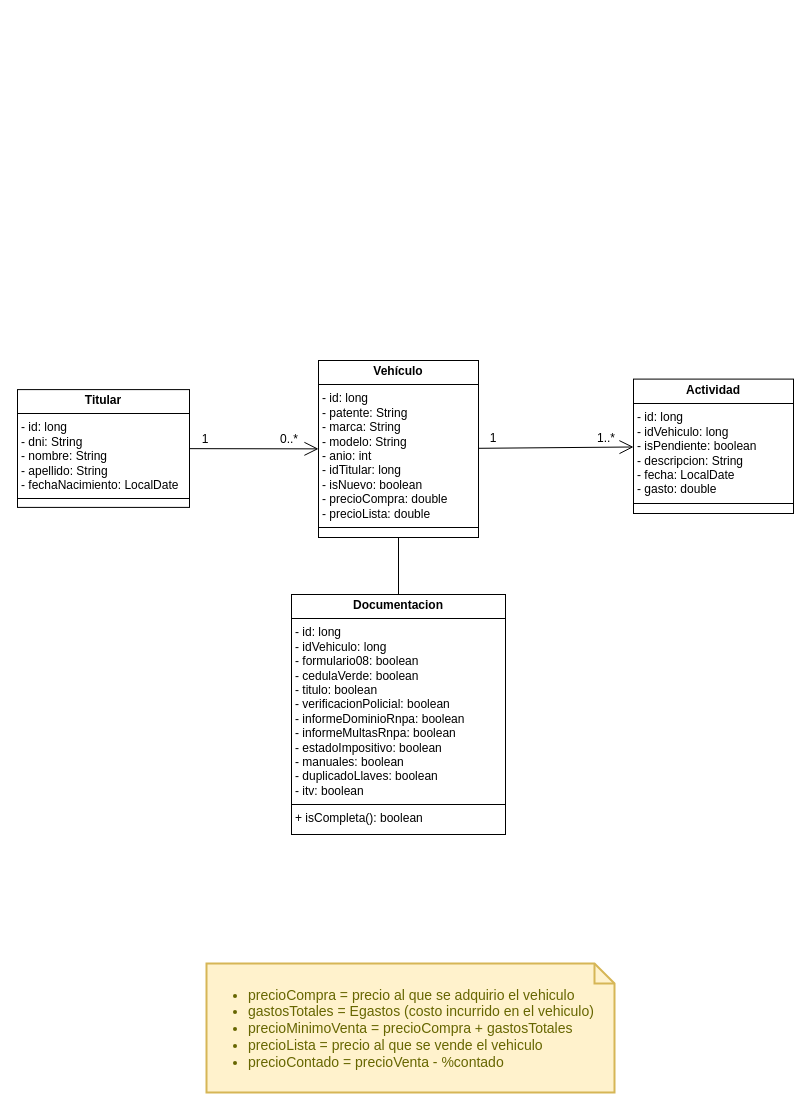
agustinacibin/vexma_manejo_administrativo keeps this draw.io diagram as backend-vexma/src/main/resources/vexma.drawio. Above is the earlier version. Source tidied: cells renumbered, new cells numbered last; positions are measured from the earlier drawing's top-left corner, leaving out a move shared by most shapes. Both pictures are drawn from the tidied source at 100%, with x=0, y=0 at pixel (17, 360).
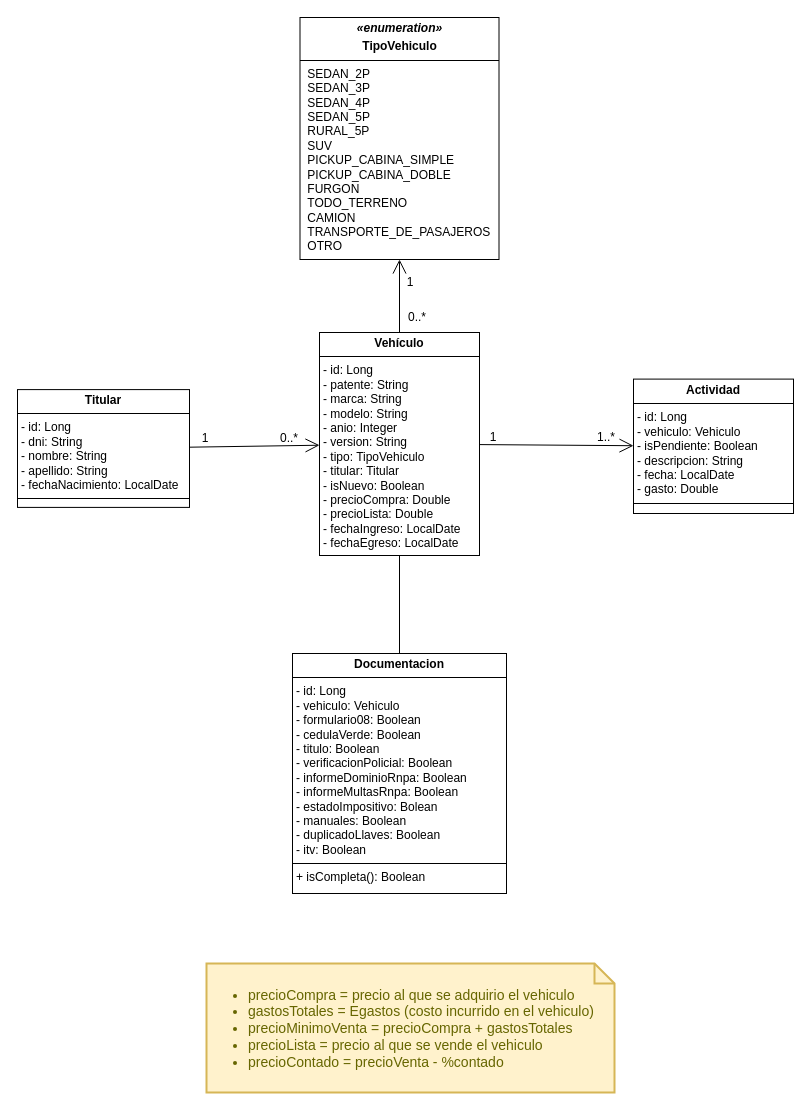
The same page after the edit.

The edit, as a diff of the source:
```diff
@@
 <mxGraphModel>
   <root>
     <mxCell id="0" />
     <mxCell id="1" parent="0" />
-    <mxCell id="2" value="&lt;p style=&quot;margin:0px;margin-top:4px;text-align:center;&quot;&gt;&lt;b&gt;Vehículo&lt;/b&gt;&lt;/p&gt;&lt;hr size=&quot;1&quot; style=&quot;border-style:solid;&quot;&gt;&lt;p style=&quot;margin:0px;margin-left:4px;&quot;&gt;- id:&amp;nbsp;&lt;span style=&quot;background-color: transparent; color: light-dark(rgb(0, 0, 0), rgb(255, 255, 255));&quot;&gt;long&lt;/span&gt;&lt;/p&gt;&lt;p style=&quot;margin: 0px 0px 0px 4px;&quot;&gt;- patente: String&lt;/p&gt;&lt;p style=&quot;margin:0px;margin-left:4px;&quot;&gt;- marca: String&lt;/p&gt;&lt;p style=&quot;margin:0px;margin-left:4px;&quot;&gt;- modelo: String&lt;/p&gt;&lt;p style=&quot;margin:0px;margin-left:4px;&quot;&gt;- anio: int&lt;/p&gt;&lt;p style=&quot;margin:0px;margin-left:4px;&quot;&gt;&lt;span style=&quot;background-color: transparent; color: light-dark(rgb(0, 0, 0), rgb(255, 255, 255));&quot;&gt;- idTitular: long&lt;/span&gt;&lt;/p&gt;&lt;p style=&quot;margin:0px;margin-left:4px;&quot;&gt;- isNuevo: boolean&lt;/p&gt;&lt;p style=&quot;margin:0px;margin-left:4px;&quot;&gt;- precioCompra: double&lt;/p&gt;&lt;p style=&quot;margin:0px;margin-left:4px;&quot;&gt;&lt;span style=&quot;background-color: transparent; color: light-dark(rgb(0, 0, 0), rgb(255, 255, 255));&quot;&gt;- precioLista: double&lt;/span&gt;&lt;/p&gt;&lt;hr size=&quot;1&quot; style=&quot;border-style:solid;&quot;&gt;&lt;p style=&quot;margin:0px;margin-left:4px;&quot;&gt;&lt;br&gt;&lt;/p&gt;" style="verticalAlign=top;align=left;overflow=fill;html=1;whiteSpace=wrap;" parent="1" vertex="1">
-      <mxGeometry x="301" width="160" height="177" as="geometry" />
+    <mxCell id="2" value="&lt;p style=&quot;margin:0px;margin-top:4px;text-align:center;&quot;&gt;&lt;b&gt;Vehículo&lt;/b&gt;&lt;/p&gt;&lt;hr size=&quot;1&quot; style=&quot;border-style:solid;&quot;&gt;&lt;p style=&quot;margin:0px;margin-left:4px;&quot;&gt;- id: L&lt;span style=&quot;background-color: transparent; color: light-dark(rgb(0, 0, 0), rgb(255, 255, 255));&quot;&gt;ong&lt;/span&gt;&lt;/p&gt;&lt;p style=&quot;margin: 0px 0px 0px 4px;&quot;&gt;- patente: String&lt;/p&gt;&lt;p style=&quot;margin:0px;margin-left:4px;&quot;&gt;- marca: String&lt;/p&gt;&lt;p style=&quot;margin:0px;margin-left:4px;&quot;&gt;- modelo: String&lt;/p&gt;&lt;p style=&quot;margin:0px;margin-left:4px;&quot;&gt;- anio: Integer&lt;/p&gt;&lt;p style=&quot;margin:0px;margin-left:4px;&quot;&gt;- version: String&lt;/p&gt;&lt;p style=&quot;margin:0px;margin-left:4px;&quot;&gt;- tipo: TipoVehiculo&lt;/p&gt;&lt;p style=&quot;margin:0px;margin-left:4px;&quot;&gt;&lt;span style=&quot;background-color: transparent; color: light-dark(rgb(0, 0, 0), rgb(255, 255, 255));&quot;&gt;- titular: Titular&lt;/span&gt;&lt;/p&gt;&lt;p style=&quot;margin:0px;margin-left:4px;&quot;&gt;- isNuevo: Boolean&lt;/p&gt;&lt;p style=&quot;margin:0px;margin-left:4px;&quot;&gt;- precioCompra: Double&lt;/p&gt;&lt;p style=&quot;margin:0px;margin-left:4px;&quot;&gt;&lt;span style=&quot;background-color: transparent; color: light-dark(rgb(0, 0, 0), rgb(255, 255, 255));&quot;&gt;- precioLista: Double&lt;/span&gt;&lt;/p&gt;&lt;p style=&quot;margin:0px;margin-left:4px;&quot;&gt;&lt;span style=&quot;background-color: transparent; color: light-dark(rgb(0, 0, 0), rgb(255, 255, 255));&quot;&gt;- fechaIngreso: LocalDate&lt;/span&gt;&lt;/p&gt;&lt;p style=&quot;margin:0px;margin-left:4px;&quot;&gt;- fechaEgreso: LocalDate&lt;/p&gt;&lt;p style=&quot;margin:0px;margin-left:4px;&quot;&gt;&lt;br&gt;&lt;/p&gt;&lt;p style=&quot;margin:0px;margin-left:4px;&quot;&gt;&lt;br&gt;&lt;/p&gt;" style="verticalAlign=top;align=left;overflow=fill;html=1;whiteSpace=wrap;" parent="1" vertex="1">
+      <mxGeometry x="302" y="-28" width="160" height="223" as="geometry" />
     </mxCell>
-    <mxCell id="3" value="&lt;p style=&quot;margin:0px;margin-top:4px;text-align:center;&quot;&gt;&lt;b&gt;Actividad&lt;/b&gt;&lt;/p&gt;&lt;hr size=&quot;1&quot; style=&quot;border-style:solid;&quot;&gt;&lt;p style=&quot;margin:0px;margin-left:4px;&quot;&gt;- id:&amp;nbsp;&lt;span style=&quot;background-color: transparent; color: light-dark(rgb(0, 0, 0), rgb(255, 255, 255));&quot;&gt;long&lt;/span&gt;&lt;/p&gt;&lt;p style=&quot;margin:0px;margin-left:4px;&quot;&gt;- idVehiculo:&amp;nbsp;&lt;span style=&quot;background-color: transparent; color: light-dark(rgb(0, 0, 0), rgb(255, 255, 255));&quot;&gt;long&lt;/span&gt;&lt;/p&gt;&lt;p style=&quot;margin:0px;margin-left:4px;&quot;&gt;- isPendiente: boolean&lt;/p&gt;&lt;p style=&quot;margin:0px;margin-left:4px;&quot;&gt;- descripcion: String&lt;/p&gt;&lt;p style=&quot;margin:0px;margin-left:4px;&quot;&gt;- fecha: LocalDate&lt;/p&gt;&lt;p style=&quot;margin:0px;margin-left:4px;&quot;&gt;- gasto: double&lt;/p&gt;&lt;hr size=&quot;1&quot; style=&quot;border-style:solid;&quot;&gt;&lt;p style=&quot;margin:0px;margin-left:4px;&quot;&gt;&lt;br&gt;&lt;/p&gt;" style="verticalAlign=top;align=left;overflow=fill;html=1;whiteSpace=wrap;" parent="1" vertex="1">
+    <mxCell id="3" value="&lt;p style=&quot;margin:0px;margin-top:4px;text-align:center;&quot;&gt;&lt;b&gt;Actividad&lt;/b&gt;&lt;/p&gt;&lt;hr size=&quot;1&quot; style=&quot;border-style:solid;&quot;&gt;&lt;p style=&quot;margin:0px;margin-left:4px;&quot;&gt;- id: L&lt;span style=&quot;background-color: transparent; color: light-dark(rgb(0, 0, 0), rgb(255, 255, 255));&quot;&gt;ong&lt;/span&gt;&lt;/p&gt;&lt;p style=&quot;margin:0px;margin-left:4px;&quot;&gt;- vehiculo:&amp;nbsp;&lt;span style=&quot;background-color: transparent; color: light-dark(rgb(0, 0, 0), rgb(255, 255, 255));&quot;&gt;Vehiculo&lt;/span&gt;&lt;/p&gt;&lt;p style=&quot;margin:0px;margin-left:4px;&quot;&gt;- isPendiente: Boolean&lt;/p&gt;&lt;p style=&quot;margin:0px;margin-left:4px;&quot;&gt;- descripcion: String&lt;/p&gt;&lt;p style=&quot;margin:0px;margin-left:4px;&quot;&gt;- fecha: LocalDate&lt;/p&gt;&lt;p style=&quot;margin:0px;margin-left:4px;&quot;&gt;- gasto: Double&lt;/p&gt;&lt;hr size=&quot;1&quot; style=&quot;border-style:solid;&quot;&gt;&lt;p style=&quot;margin:0px;margin-left:4px;&quot;&gt;&lt;br&gt;&lt;/p&gt;" style="verticalAlign=top;align=left;overflow=fill;html=1;whiteSpace=wrap;" parent="1" vertex="1">
       <mxGeometry x="616" y="18.6" width="160" height="134.4" as="geometry" />
     </mxCell>
-    <mxCell id="4" value="&lt;p style=&quot;margin:0px;margin-top:4px;text-align:center;&quot;&gt;&lt;b&gt;Titular&lt;/b&gt;&lt;/p&gt;&lt;hr size=&quot;1&quot; style=&quot;border-style:solid;&quot;&gt;&lt;p style=&quot;margin:0px;margin-left:4px;&quot;&gt;- id: long&lt;/p&gt;&lt;p style=&quot;margin: 0px 0px 0px 4px;&quot;&gt;- dni: String&lt;/p&gt;&lt;p style=&quot;margin:0px;margin-left:4px;&quot;&gt;- nombre: String&lt;/p&gt;&lt;p style=&quot;margin:0px;margin-left:4px;&quot;&gt;- apellido: String&lt;/p&gt;&lt;p style=&quot;margin:0px;margin-left:4px;&quot;&gt;&lt;span style=&quot;background-color: transparent; color: light-dark(rgb(0, 0, 0), rgb(255, 255, 255));&quot;&gt;- fechaNacimiento: LocalDate&lt;/span&gt;&lt;/p&gt;&lt;hr size=&quot;1&quot; style=&quot;border-style:solid;&quot;&gt;&lt;p style=&quot;margin:0px;margin-left:4px;&quot;&gt;&lt;br&gt;&lt;/p&gt;" style="verticalAlign=top;align=left;overflow=fill;html=1;whiteSpace=wrap;" parent="1" vertex="1">
+    <mxCell id="4" value="&lt;p style=&quot;margin:0px;margin-top:4px;text-align:center;&quot;&gt;&lt;b&gt;Titular&lt;/b&gt;&lt;/p&gt;&lt;hr size=&quot;1&quot; style=&quot;border-style:solid;&quot;&gt;&lt;p style=&quot;margin:0px;margin-left:4px;&quot;&gt;- id: Long&lt;/p&gt;&lt;p style=&quot;margin: 0px 0px 0px 4px;&quot;&gt;- dni: String&lt;/p&gt;&lt;p style=&quot;margin:0px;margin-left:4px;&quot;&gt;- nombre: String&lt;/p&gt;&lt;p style=&quot;margin:0px;margin-left:4px;&quot;&gt;- apellido: String&lt;/p&gt;&lt;p style=&quot;margin:0px;margin-left:4px;&quot;&gt;&lt;span style=&quot;background-color: transparent; color: light-dark(rgb(0, 0, 0), rgb(255, 255, 255));&quot;&gt;- fechaNacimiento: LocalDate&lt;/span&gt;&lt;/p&gt;&lt;hr size=&quot;1&quot; style=&quot;border-style:solid;&quot;&gt;&lt;p style=&quot;margin:0px;margin-left:4px;&quot;&gt;&lt;br&gt;&lt;/p&gt;" style="verticalAlign=top;align=left;overflow=fill;html=1;whiteSpace=wrap;" parent="1" vertex="1">
       <mxGeometry y="29.1" width="172" height="117.8" as="geometry" />
     </mxCell>
     <mxCell id="5" value="&lt;ul&gt;&lt;li&gt;precioCompra = precio al que se adquirio el vehiculo&lt;/li&gt;&lt;li&gt;gastosTotales = Egastos (costo incurrido en el vehiculo)&lt;/li&gt;&lt;li&gt;precioMinimoVenta = precioCompra + gastosTotales&lt;/li&gt;&lt;li&gt;precioLista = precio al que se vende el vehiculo&lt;/li&gt;&lt;li&gt;precioContado = precioVenta - %contado&lt;/li&gt;&lt;/ul&gt;" style="shape=note;strokeWidth=2;fontSize=14;size=20;whiteSpace=wrap;html=1;fillColor=#fff2cc;strokeColor=#d6b656;fontColor=#666600;align=left;" parent="1" vertex="1">
       <mxGeometry x="189" y="603" width="408" height="129" as="geometry" />
     </mxCell>
-    <mxCell id="6" value="&lt;p style=&quot;margin:0px;margin-top:4px;text-align:center;&quot;&gt;&lt;b&gt;Documentacion&lt;/b&gt;&lt;/p&gt;&lt;hr size=&quot;1&quot; style=&quot;border-style:solid;&quot;&gt;&lt;p style=&quot;margin:0px;margin-left:4px;&quot;&gt;- id:&amp;nbsp;&lt;span style=&quot;background-color: transparent; color: light-dark(rgb(0, 0, 0), rgb(255, 255, 255));&quot;&gt;long&lt;/span&gt;&lt;/p&gt;&lt;p style=&quot;margin:0px;margin-left:4px;&quot;&gt;- idVehiculo:&amp;nbsp;&lt;span style=&quot;background-color: transparent; color: light-dark(rgb(0, 0, 0), rgb(255, 255, 255));&quot;&gt;long&lt;/span&gt;&lt;/p&gt;&lt;p style=&quot;margin:0px;margin-left:4px;&quot;&gt;- formulario08: boolean&lt;/p&gt;&lt;p style=&quot;margin: 0px 0px 0px 4px;&quot;&gt;- cedulaVerde: boolean&lt;/p&gt;&lt;p style=&quot;margin: 0px 0px 0px 4px;&quot;&gt;- titulo: boolean&lt;/p&gt;&lt;p style=&quot;margin:0px;margin-left:4px;&quot;&gt;- verificacionPolicial: boolean&lt;/p&gt;&lt;p style=&quot;margin:0px;margin-left:4px;&quot;&gt;- informeDominioRnpa: boolean&lt;/p&gt;&lt;p style=&quot;margin:0px;margin-left:4px;&quot;&gt;- informeMultasRnpa: boolean&lt;/p&gt;&lt;p style=&quot;margin:0px;margin-left:4px;&quot;&gt;- estadoImpositivo: boolean&lt;/p&gt;&lt;p style=&quot;margin:0px;margin-left:4px;&quot;&gt;- manuales: boolean&lt;/p&gt;&lt;p style=&quot;margin:0px;margin-left:4px;&quot;&gt;- duplicadoLlaves: boolean&lt;/p&gt;&lt;p style=&quot;margin:0px;margin-left:4px;&quot;&gt;- itv: boolean&lt;/p&gt;&lt;hr size=&quot;1&quot; style=&quot;border-style:solid;&quot;&gt;&lt;p style=&quot;margin:0px;margin-left:4px;&quot;&gt;+ isCompleta(): boolean&lt;/p&gt;" style="verticalAlign=top;align=left;overflow=fill;html=1;whiteSpace=wrap;" parent="1" vertex="1">
-      <mxGeometry x="274" y="234" width="214" height="240" as="geometry" />
+    <mxCell id="6" value="&lt;p style=&quot;margin:0px;margin-top:4px;text-align:center;&quot;&gt;&lt;b&gt;Documentacion&lt;/b&gt;&lt;/p&gt;&lt;hr size=&quot;1&quot; style=&quot;border-style:solid;&quot;&gt;&lt;p style=&quot;margin:0px;margin-left:4px;&quot;&gt;- id: L&lt;span style=&quot;background-color: transparent; color: light-dark(rgb(0, 0, 0), rgb(255, 255, 255));&quot;&gt;ong&lt;/span&gt;&lt;/p&gt;&lt;p style=&quot;margin:0px;margin-left:4px;&quot;&gt;- vehiculo:&amp;nbsp;&lt;span style=&quot;background-color: transparent; color: light-dark(rgb(0, 0, 0), rgb(255, 255, 255));&quot;&gt;Vehiculo&lt;/span&gt;&lt;/p&gt;&lt;p style=&quot;margin:0px;margin-left:4px;&quot;&gt;- formulario08: Boolean&lt;/p&gt;&lt;p style=&quot;margin: 0px 0px 0px 4px;&quot;&gt;- cedulaVerde: Boolean&lt;/p&gt;&lt;p style=&quot;margin: 0px 0px 0px 4px;&quot;&gt;- titulo: Boolean&lt;/p&gt;&lt;p style=&quot;margin:0px;margin-left:4px;&quot;&gt;- verificacionPolicial: Boolean&lt;/p&gt;&lt;p style=&quot;margin:0px;margin-left:4px;&quot;&gt;- informeDominioRnpa: Boolean&lt;/p&gt;&lt;p style=&quot;margin:0px;margin-left:4px;&quot;&gt;- informeMultasRnpa: Boolean&lt;/p&gt;&lt;p style=&quot;margin:0px;margin-left:4px;&quot;&gt;- estadoImpositivo: Bolean&lt;/p&gt;&lt;p style=&quot;margin:0px;margin-left:4px;&quot;&gt;- manuales: Boolean&lt;/p&gt;&lt;p style=&quot;margin:0px;margin-left:4px;&quot;&gt;- duplicadoLlaves: Boolean&lt;/p&gt;&lt;p style=&quot;margin:0px;margin-left:4px;&quot;&gt;- itv: Boolean&lt;/p&gt;&lt;hr size=&quot;1&quot; style=&quot;border-style:solid;&quot;&gt;&lt;p style=&quot;margin:0px;margin-left:4px;&quot;&gt;+ isCompleta(): Boolean&lt;/p&gt;" style="verticalAlign=top;align=left;overflow=fill;html=1;whiteSpace=wrap;" parent="1" vertex="1">
+      <mxGeometry x="275" y="293" width="214" height="240" as="geometry" />
     </mxCell>
     <mxCell id="7" style="endArrow=open;endFill=1;endSize=12;html=1;rounded=0;" parent="1" edge="1" source="2" target="3">
       <mxGeometry relative="1" as="geometry" />
     </mxCell>
     <mxCell id="8" value="1..*" style="text;html=1;whiteSpace=wrap;strokeColor=none;fillColor=none;align=center;verticalAlign=middle;rounded=0;" parent="1" vertex="1">
-      <mxGeometry x="559" y="63" width="60" height="30" as="geometry" />
+      <mxGeometry x="559" y="62" width="60" height="30" as="geometry" />
     </mxCell>
     <mxCell id="9" value="1" style="text;html=1;whiteSpace=wrap;strokeColor=none;fillColor=none;align=center;verticalAlign=middle;rounded=0;" parent="1" vertex="1">
-      <mxGeometry x="446" y="63" width="60" height="30" as="geometry" />
+      <mxGeometry x="446" y="62" width="60" height="30" as="geometry" />
     </mxCell>
     <mxCell id="10" style="endArrow=open;endFill=1;endSize=12;html=1;rounded=0;" parent="1" edge="1" source="4" target="2">
       <mxGeometry relative="1" as="geometry" />
     </mxCell>
     <mxCell id="11" value="0..*" style="text;html=1;whiteSpace=wrap;strokeColor=none;fillColor=none;align=center;verticalAlign=middle;rounded=0;" parent="1" vertex="1">
-      <mxGeometry x="242" y="64" width="60" height="30" as="geometry" />
+      <mxGeometry x="242" y="63" width="60" height="30" as="geometry" />
     </mxCell>
     <mxCell id="12" value="1" style="text;html=1;whiteSpace=wrap;strokeColor=none;fillColor=none;align=center;verticalAlign=middle;rounded=0;" parent="1" vertex="1">
-      <mxGeometry x="158" y="64" width="60" height="30" as="geometry" />
+      <mxGeometry x="158" y="63" width="60" height="30" as="geometry" />
     </mxCell>
     <mxCell id="13" style="endArrow=none;html=1;edgeStyle=orthogonalEdgeStyle;rounded=0;" parent="1" edge="1" source="2" target="6">
       <mxGeometry relative="1" as="geometry" />
     </mxCell>
+    <mxCell id="14" value="&lt;p style=&quot;margin: 4px 0px 0px; text-align: center;&quot;&gt;&lt;span style=&quot;font-weight: 700; text-align: left;&quot;&gt;&lt;font face=&quot;Helvetica&quot;&gt;&lt;i&gt;«enumeration»&lt;/i&gt;&lt;/font&gt;&lt;/span&gt;&lt;/p&gt;&lt;p style=&quot;margin: 4px 0px 0px; text-align: center;&quot;&gt;&lt;b&gt;TipoVehiculo&lt;/b&gt;&lt;/p&gt;&lt;hr size=&quot;1&quot; style=&quot;border-style:solid;&quot;&gt;&lt;p style=&quot;margin:0px;margin-left:4px;&quot;&gt;&amp;nbsp;SEDAN_2P&lt;/p&gt;&lt;p style=&quot;margin:0px;margin-left:4px;&quot;&gt;&amp;nbsp;SEDAN_3P&lt;/p&gt;&lt;p style=&quot;margin:0px;margin-left:4px;&quot;&gt;&amp;nbsp;SEDAN_4P&lt;/p&gt;&lt;p style=&quot;margin:0px;margin-left:4px;&quot;&gt;&amp;nbsp;SEDAN_5P&lt;/p&gt;&lt;p style=&quot;margin:0px;margin-left:4px;&quot;&gt;&amp;nbsp;RURAL_5P&lt;/p&gt;&lt;p style=&quot;margin:0px;margin-left:4px;&quot;&gt;&amp;nbsp;SUV&lt;/p&gt;&lt;p style=&quot;margin:0px;margin-left:4px;&quot;&gt;&amp;nbsp;PICKUP_CABINA_SIMPLE&lt;/p&gt;&lt;p style=&quot;margin:0px;margin-left:4px;&quot;&gt;&lt;span style=&quot;background-color: transparent; color: light-dark(rgb(0, 0, 0), rgb(255, 255, 255));&quot;&gt;&amp;nbsp;PICKUP_CABINA_DOBLE&lt;/span&gt;&lt;/p&gt;&lt;p style=&quot;margin:0px;margin-left:4px;&quot;&gt;&lt;span style=&quot;background-color: transparent; color: light-dark(rgb(0, 0, 0), rgb(255, 255, 255));&quot;&gt;&amp;nbsp;FURGON&lt;/span&gt;&lt;/p&gt;&lt;p style=&quot;margin:0px;margin-left:4px;&quot;&gt;&lt;span style=&quot;background-color: transparent; color: light-dark(rgb(0, 0, 0), rgb(255, 255, 255));&quot;&gt;&amp;nbsp;TODO_TERRENO&lt;/span&gt;&lt;/p&gt;&lt;p style=&quot;margin:0px;margin-left:4px;&quot;&gt;&lt;span style=&quot;background-color: transparent; color: light-dark(rgb(0, 0, 0), rgb(255, 255, 255));&quot;&gt;&amp;nbsp;CAMION&lt;br&gt;&amp;nbsp;TRANSPORTE_DE_PASAJEROS&lt;/span&gt;&lt;/p&gt;&lt;p style=&quot;margin:0px;margin-left:4px;&quot;&gt;&lt;span style=&quot;background-color: transparent; color: light-dark(rgb(0, 0, 0), rgb(255, 255, 255));&quot;&gt;&amp;nbsp;OTRO&lt;/span&gt;&lt;/p&gt;" style="verticalAlign=top;align=left;overflow=fill;html=1;whiteSpace=wrap;padding-left:10px;" parent="1" vertex="1">
+      <mxGeometry x="282.5" y="-343" width="199" height="242" as="geometry" />
+    </mxCell>
+    <mxCell id="15" style="endArrow=open;endFill=1;endSize=12;html=1;rounded=0;" parent="1" edge="1" source="2" target="14">
+      <mxGeometry relative="1" as="geometry" />
+    </mxCell>
+    <mxCell id="16" value="1" style="text;html=1;whiteSpace=wrap;strokeColor=none;fillColor=none;align=center;verticalAlign=middle;rounded=0;" parent="1" vertex="1">
+      <mxGeometry x="363" y="-93" width="60" height="30" as="geometry" />
+    </mxCell>
+    <mxCell id="17" value="0..*" style="text;html=1;whiteSpace=wrap;strokeColor=none;fillColor=none;align=center;verticalAlign=middle;rounded=0;" parent="1" vertex="1">
+      <mxGeometry x="370" y="-58" width="60" height="30" as="geometry" />
+    </mxCell>
   </root>
 </mxGraphModel>
```
